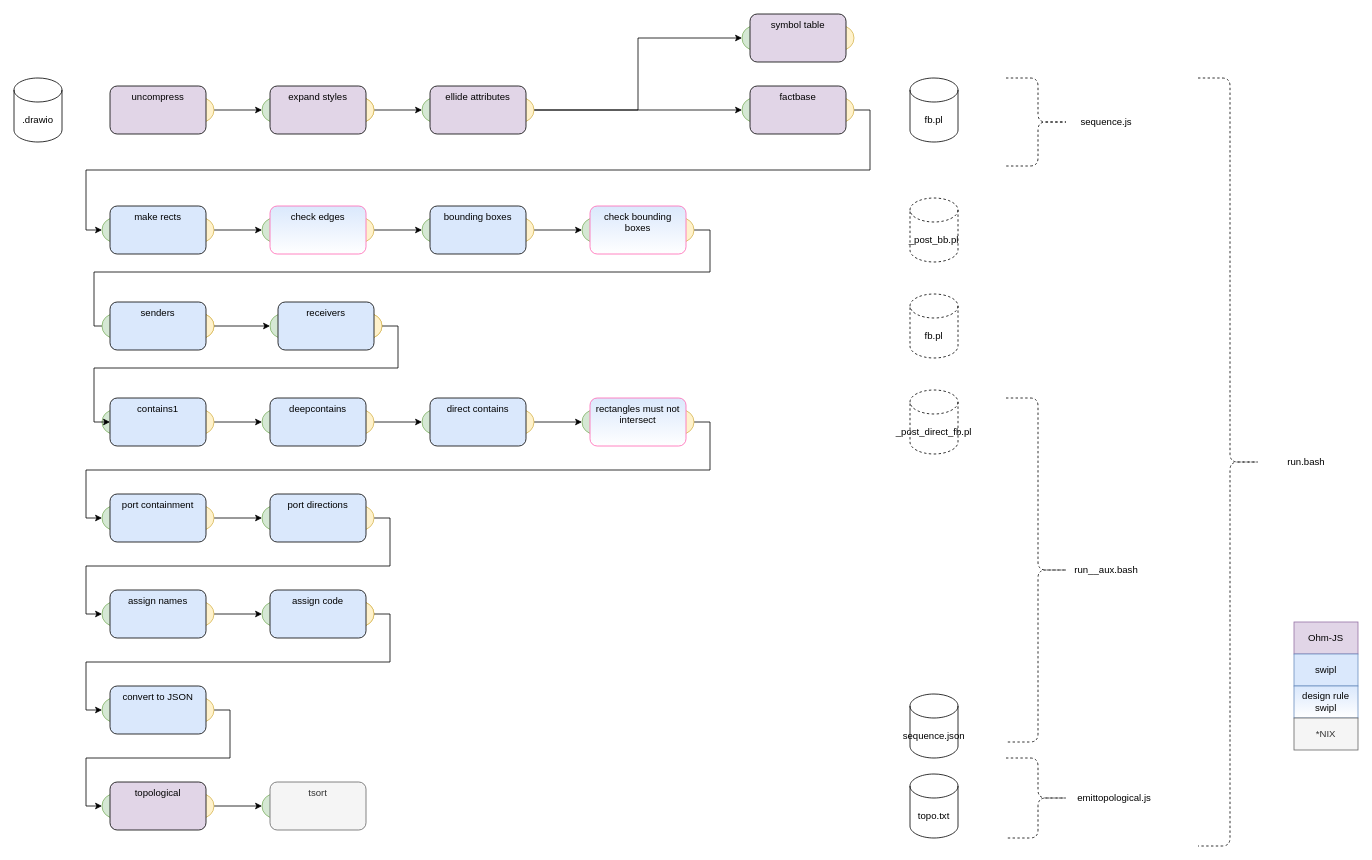
Earlier version of the draw.io diagram guitarvydas/workflow.drawio (guitarvydas/jam0001). Source tidied: cells renumbered, new cells numbered last; positions are measured from the earlier drawing's top-left corner, leaving out a move shared by most shapes. Both pictures are drawn from the tidied source at 80%, with x=0, y=0 at pixel (14, 14).
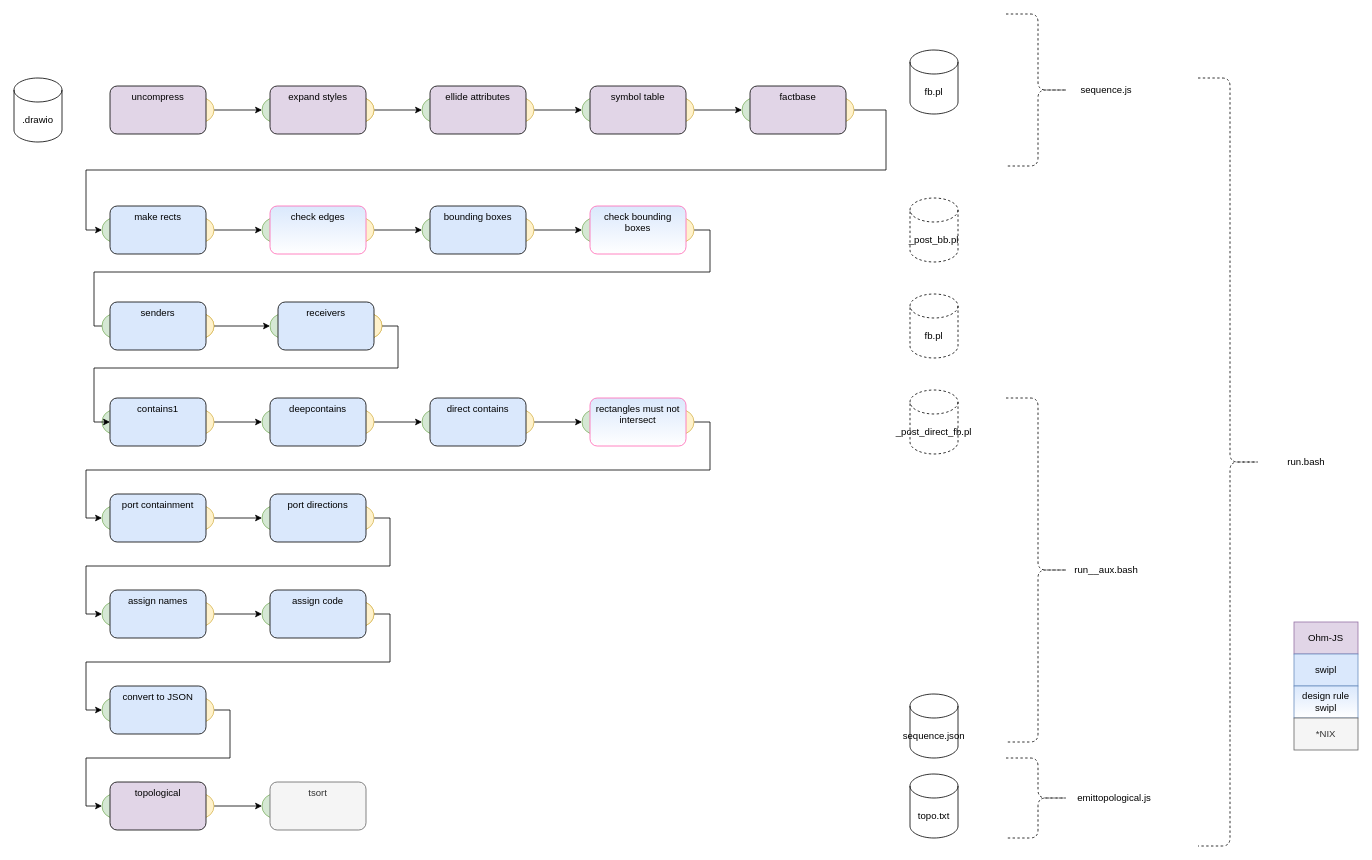
The same page after the edit.

The change refers to these unchanged cells:
```xml
<mxCell id="9" style="ellipse;whiteSpace=wrap;html=1;fillColor=#fff2cc;align=center;strokeColor=#d6b656;textOpacity=50;verticalAlign=top;" parent="1" vertex="1">
  <mxGeometry x="620" y="105" width="30" height="30" as="geometry" />
</mxCell>
<mxCell id="12" style="ellipse;whiteSpace=wrap;html=1;fillColor=#fff2cc;align=center;strokeColor=#d6b656;textOpacity=50;verticalAlign=top;" parent="1" vertex="1">
  <mxGeometry x="1020" y="105" width="30" height="30" as="geometry" />
</mxCell>
<mxCell id="16" style="ellipse;whiteSpace=wrap;html=1;fillColor=#d5e8d4;align=center;strokeColor=#82b366;textOpacity=50;verticalAlign=top;" parent="1" vertex="1">
  <mxGeometry x="910" y="105" width="30" height="30" as="geometry" />
</mxCell>
<mxCell id="25" style="ellipse;whiteSpace=wrap;html=1;fillColor=#d5e8d4;align=center;strokeColor=#82b366;textOpacity=50;verticalAlign=top;" parent="1" vertex="1">
  <mxGeometry x="110" y="255" width="30" height="30" as="geometry" />
</mxCell>
```

What changed in the source:
```diff
@@
-    <mxCell id="8" style="edgeStyle=orthogonalEdgeStyle;rounded=0;jettySize=auto;html=1;exitX=1;exitY=0.5;exitDx=0;exitDy=0;entryX=0;entryY=0.5;entryDx=0;entryDy=0;" parent="1" edge="1" source="9" target="16">
-      <mxGeometry relative="1" as="geometry" />
-    </mxCell>
@@
+    <mxCell id="110" style="edgeStyle=orthogonalEdgeStyle;rounded=0;jettySize=auto;html=1;exitX=1;exitY=0.5;exitDx=0;exitDy=0;entryX=0;entryY=0.5;entryDx=0;entryDy=0;" parent="1" edge="1" source="10" target="16">
+      <mxGeometry relative="1" as="geometry" />
+    </mxCell>
     <mxCell id="10" style="ellipse;whiteSpace=wrap;html=1;fillColor=#fff2cc;align=center;strokeColor=#d6b656;textOpacity=50;verticalAlign=top;" parent="1" vertex="1">
-      <mxGeometry x="1020" y="15" width="30" height="30" as="geometry" />
+      <mxGeometry x="820" y="105" width="30" height="30" as="geometry" />
     </mxCell>
     <mxCell id="11" style="edgeStyle=orthogonalEdgeStyle;rounded=0;jettySize=auto;html=1;exitX=1;exitY=0.5;exitDx=0;exitDy=0;entryX=0;entryY=0.5;entryDx=0;entryDy=0;" parent="1" edge="1" source="12" target="25">
-      <mxGeometry relative="1" as="geometry" />
+      <mxGeometry relative="1" as="geometry">
+        <Array as="points">
+          <mxPoint x="1090" y="120" />
+          <mxPoint x="1090" y="195" />
+          <mxPoint x="90" y="195" />
+          <mxPoint x="90" y="270" />
+        </Array>
+      </mxGeometry>
     </mxCell>
@@
     <mxCell id="15" style="ellipse;whiteSpace=wrap;html=1;fillColor=#d5e8d4;align=center;strokeColor=#82b366;textOpacity=50;verticalAlign=top;" parent="1" vertex="1">
-      <mxGeometry x="910" y="15" width="30" height="30" as="geometry" />
+      <mxGeometry x="710" y="105" width="30" height="30" as="geometry" />
     </mxCell>
@@
     <mxCell id="69" value="symbol table" style="rounded=1;whiteSpace=wrap;html=1;fillColor=#e1d5e7;verticalAlign=top;" parent="1" vertex="1">
-      <mxGeometry x="920" width="120" height="60" as="geometry" />
+      <mxGeometry x="720" y="90" width="120" height="60" as="geometry" />
     </mxCell>
@@
     <mxCell id="80" value="fb.pl" style="shape=cylinder3;whiteSpace=wrap;html=1;boundedLbl=1;backgroundOutline=1;size=15;" parent="1" vertex="1">
-      <mxGeometry x="1120" y="80" width="60" height="80" as="geometry" />
+      <mxGeometry x="1120" y="45" width="60" height="80" as="geometry" />
     </mxCell>
@@
     <mxCell id="97" style="shape=curlyBracket;whiteSpace=wrap;html=1;rounded=1;flipH=1;dashed=1;fillColor=#CCFFFF;gradientColor=#ffffff;" parent="1" vertex="1">
-      <mxGeometry x="1240" y="80" width="80" height="110" as="geometry" />
+      <mxGeometry x="1240" width="80" height="190" as="geometry" />
     </mxCell>
@@
     <mxCell id="101" value="sequence.js" style="text;html=1;align=center;verticalAlign=middle;strokeColor=none;" parent="1" vertex="1">
-      <mxGeometry x="1325" y="125" width="80" height="20" as="geometry" />
+      <mxGeometry x="1325" y="85" width="80" height="20" as="geometry" />
     </mxCell>
```
